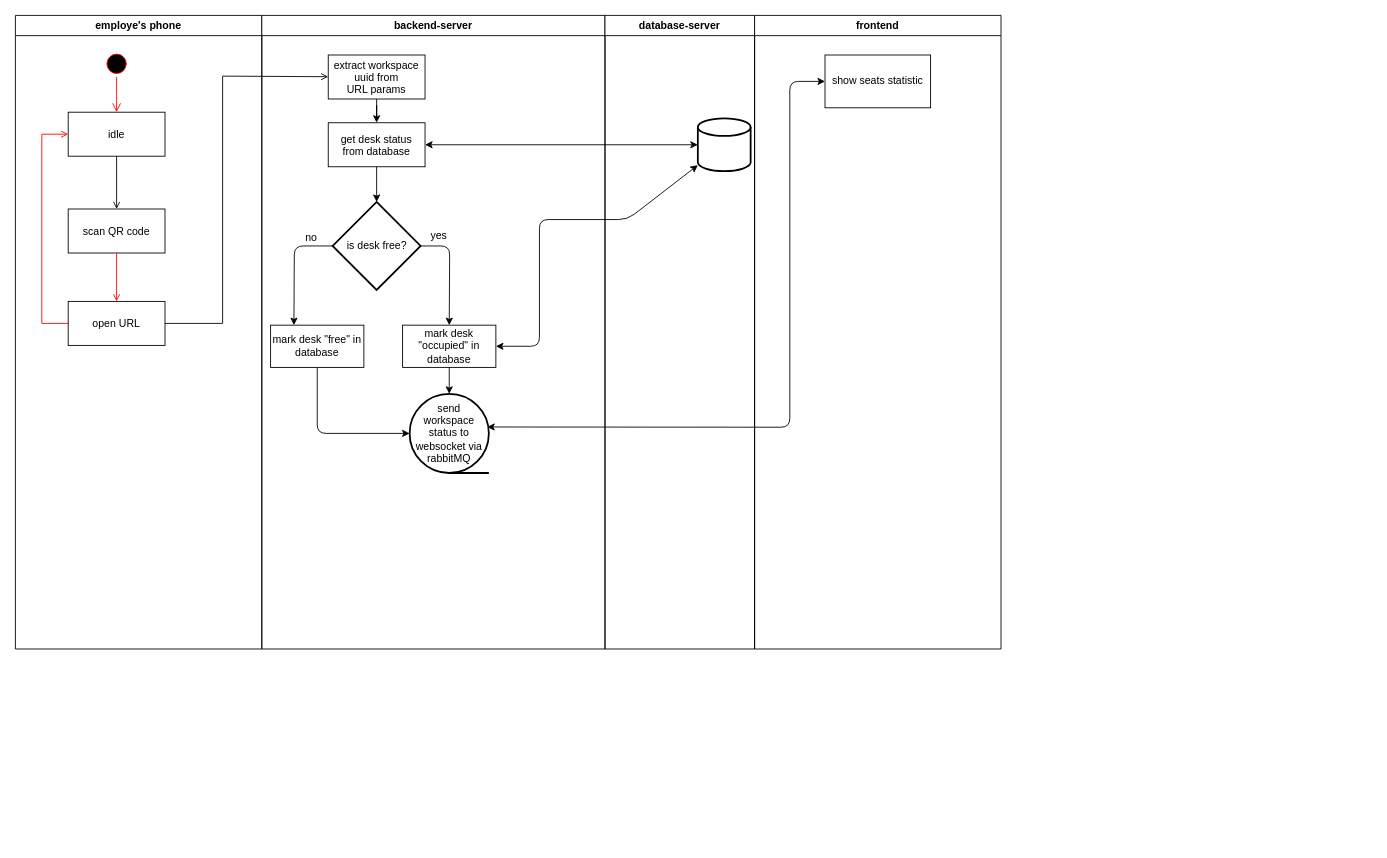
This is general-diagram.drawio from Hunkizzz/project-zebra-diagrams, a draw.io file, before an edit. Source tidied: cells renumbered, new cells numbered last; positions are measured from the earlier drawing's top-left corner, leaving out a move shared by most shapes. Both pictures are drawn from the tidied source at 88%, with x=0, y=0 at pixel (15, 15).
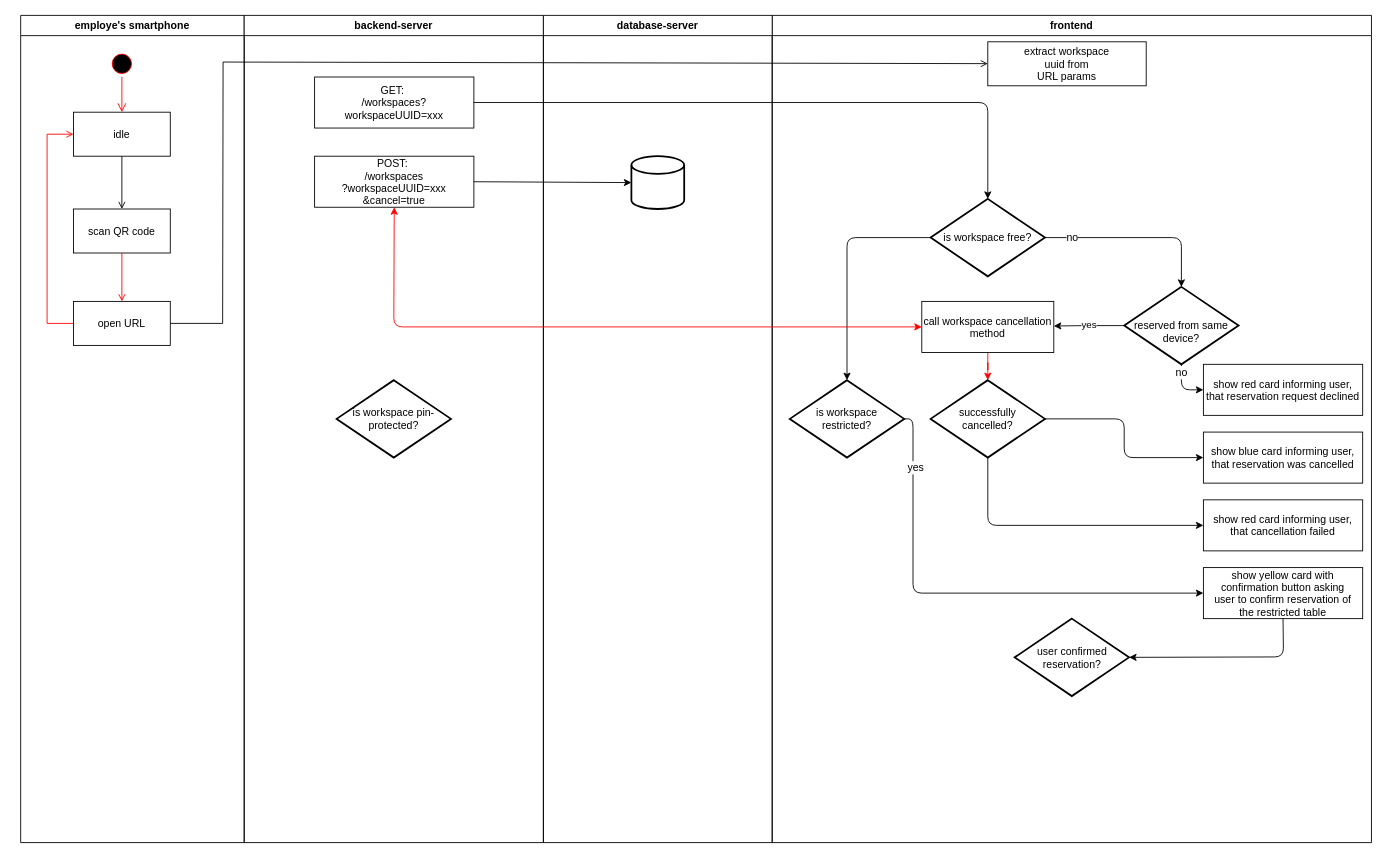
The same page after the edit.

The change refers to these unchanged cells:
```xml
<mxCell id="8" value="open URL" parent="2" vertex="1">
  <mxGeometry x="60" y="325" width="110" height="50" as="geometry" />
</mxCell>
```

Diff of the diagram source:
```diff
@@
-    <mxCell id="2" value="employe's phone" style="swimlane;whiteSpace=wrap;" parent="1" vertex="1">
-      <mxGeometry width="280" height="720" as="geometry" />
+    <mxCell id="2" value="employe's smartphone" style="swimlane;whiteSpace=wrap;" parent="1" vertex="1">
+      <mxGeometry x="6" width="254" height="940" as="geometry" />
     </mxCell>
@@
-    <mxCell id="11" value="backend-server" style="swimlane;whiteSpace=wrap;" parent="1" vertex="1">
-      <mxGeometry x="280" width="390" height="720" as="geometry" />
-    </mxCell>
+    <mxCell id="28" value="frontend" style="swimlane;whiteSpace=wrap;" parent="1" vertex="1">
+      <mxGeometry x="860" width="681" height="940" as="geometry" />
+    </mxCell>
+    <mxCell id="34" value="show red card informing user,&#10; that reservation request declined " parent="28" vertex="1">
+      <mxGeometry x="490" y="396.5" width="181" height="58" as="geometry" />
+    </mxCell>
+    <mxCell id="35" value="show red card informing user,&#10; that cancellation failed " parent="28" vertex="1">
+      <mxGeometry x="490" y="550.5" width="181" height="58" as="geometry" />
+    </mxCell>
+    <mxCell id="36" value="&lt;br&gt;reserved from same device?" style="strokeWidth=2;html=1;shape=mxgraph.flowchart.decision;whiteSpace=wrap;" parent="28" vertex="1">
+      <mxGeometry x="400" y="308.5" width="130" height="88" as="geometry" />
+    </mxCell>
+    <mxCell id="37" style="endArrow=classic;html=1;entryX=0;entryY=0.5;entryDx=0;entryDy=0;edgeStyle=orthogonalEdgeStyle;" parent="28" edge="1" source="36" target="34">
+      <mxGeometry relative="1" as="geometry" />
+    </mxCell>
+    <mxCell id="38" value="no" style="text;html=1;align=center;verticalAlign=middle;labelBackgroundColor=#ffffff;" parent="37" vertex="1">
+      <mxGeometry x="-0.96" relative="1" as="geometry">
+        <mxPoint x="-0.5" y="8" as="offset" />
+      </mxGeometry>
+    </mxCell>
-    <mxCell id="12" value="is desk free?" style="strokeWidth=2;html=1;shape=mxgraph.flowchart.decision;whiteSpace=wrap;" parent="11" vertex="1">
-      <mxGeometry x="80.5" y="212" width="100" height="100" as="geometry" />
+    <mxCell id="12" value="is workspace free?" style="strokeWidth=2;html=1;shape=mxgraph.flowchart.decision;whiteSpace=wrap;" parent="28" vertex="1">
+      <mxGeometry x="180" y="208.5" width="130" height="88" as="geometry" />
     </mxCell>
-    <mxCell id="13" style="edgeStyle=orthogonalEdgeStyle;rounded=0;jettySize=auto;html=1;" parent="11" edge="1" source="14" target="15">
-      <mxGeometry relative="1" as="geometry" />
-    </mxCell>
-    <mxCell id="14" value="extract workspace &#10;uuid from &#10;URL params" parent="11" vertex="1">
-      <mxGeometry x="75.5" y="45" width="110" height="50" as="geometry" />
-    </mxCell>
-    <mxCell id="15" value="get desk status &#10;from database" parent="11" vertex="1">
-      <mxGeometry x="75.5" y="122" width="110" height="50" as="geometry" />
-    </mxCell>
-    <mxCell id="16" style="endArrow=classic;html=1;" parent="11" edge="1" source="15" target="12">
-      <mxGeometry relative="1" as="geometry" />
-    </mxCell>
-    <mxCell id="17" style="endArrow=classic;html=1;entryX=0.5;entryY=0;entryDx=0;entryDy=0;" parent="11" edge="1" source="12" target="21">
-      <mxGeometry relative="1" as="geometry">
-        <Array as="points">
-          <mxPoint x="213.5" y="262" />
-        </Array>
-      </mxGeometry>
-    </mxCell>
-    <mxCell id="18" value="yes" style="text;html=1;align=center;verticalAlign=middle;labelBackgroundColor=#ffffff;" parent="17" vertex="1">
-      <mxGeometry x="-0.72" y="2" relative="1" as="geometry">
-        <mxPoint x="2.5" y="-10" as="offset" />
-      </mxGeometry>
-    </mxCell>
-    <mxCell id="19" style="endArrow=classic;html=1;exitX=0;exitY=0.5;exitDx=0;exitDy=0;exitPerimeter=0;entryX=0.25;entryY=0;entryDx=0;entryDy=0;" parent="11" edge="1" source="12" target="24">
+    <mxCell id="19" style="endArrow=classic;html=1;exitX=1;exitY=0.5;exitDx=0;exitDy=0;exitPerimeter=0;entryX=0.5;entryY=0;entryDx=0;entryDy=0;entryPerimeter=0;" parent="28" edge="1" source="12" target="36">
       <mxGeometry relative="1" as="geometry">
         <Array as="points">
-          <mxPoint x="37" y="262" />
+          <mxPoint x="465" y="252.5" />
         </Array>
       </mxGeometry>
     </mxCell>
     <mxCell id="20" value="no" style="text;html=1;align=center;verticalAlign=middle;labelBackgroundColor=#ffffff;" parent="19" vertex="1">
       <mxGeometry x="-0.68" y="-1" relative="1" as="geometry">
-        <mxPoint x="-4.5" y="-9" as="offset" />
+        <mxPoint x="-4" y="-1" as="offset" />
       </mxGeometry>
     </mxCell>
-    <mxCell id="21" value="mark desk &quot;occupied&quot; in database" style="rounded=0;whiteSpace=wrap;html=1;" parent="11" vertex="1">
-      <mxGeometry x="160" y="352" width="106" height="48" as="geometry" />
-    </mxCell>
-    <mxCell id="22" style="endArrow=classic;html=1;entryX=0.5;entryY=0;entryDx=0;entryDy=0;entryPerimeter=0;" parent="11" edge="1" source="21" target="23">
-      <mxGeometry relative="1" as="geometry" />
-    </mxCell>
-    <mxCell id="23" value="&lt;span style=&quot;white-space: normal&quot;&gt;send &lt;br&gt;workspace status to websocket via rabbitMQ&lt;/span&gt;" style="strokeWidth=2;html=1;shape=mxgraph.flowchart.sequential_data;whiteSpace=wrap;" parent="11" vertex="1">
-      <mxGeometry x="168" y="430" width="90" height="90" as="geometry" />
-    </mxCell>
-    <mxCell id="24" value="mark desk &quot;free&quot; in database" style="rounded=0;whiteSpace=wrap;html=1;" parent="11" vertex="1">
-      <mxGeometry x="10" y="352" width="106" height="48" as="geometry" />
-    </mxCell>
-    <mxCell id="25" style="endArrow=classic;html=1;strokeColor=#000000;exitX=0.5;exitY=1;exitDx=0;exitDy=0;entryX=0;entryY=0.5;entryDx=0;entryDy=0;entryPerimeter=0;" parent="11" edge="1" source="24" target="23">
-      <mxGeometry relative="1" as="geometry">
-        <Array as="points">
-          <mxPoint x="63" y="475" />
-        </Array>
-      </mxGeometry>
-    </mxCell>
+    <mxCell id="39" value="yes" style="endArrow=classic;html=1;exitX=0;exitY=0.5;exitDx=0;exitDy=0;exitPerimeter=0;" parent="28" edge="1" source="36" target="45">
+      <mxGeometry x="0.12" y="5" relative="1" as="geometry">
+        <Array as="points">
+          <mxPoint x="355" y="352.5" />
+        </Array>
+        <mxPoint x="5" y="-5" as="offset" />
+      </mxGeometry>
+    </mxCell>
+    <mxCell id="40" value="successfully &lt;br&gt;cancelled?" style="strokeWidth=2;html=1;shape=mxgraph.flowchart.decision;whiteSpace=wrap;" parent="28" vertex="1">
+      <mxGeometry x="180" y="414.5" width="130" height="88" as="geometry" />
+    </mxCell>
+    <mxCell id="41" value="show blue card informing user,&#10; that reservation was cancelled " parent="28" vertex="1">
+      <mxGeometry x="490" y="473.5" width="181" height="58" as="geometry" />
+    </mxCell>
+    <mxCell id="42" style="endArrow=classic;html=1;entryX=0;entryY=0.5;entryDx=0;entryDy=0;exitX=1;exitY=0.5;exitDx=0;exitDy=0;exitPerimeter=0;edgeStyle=orthogonalEdgeStyle;" parent="28" edge="1" source="40" target="41">
+      <mxGeometry relative="1" as="geometry" />
+    </mxCell>
+    <mxCell id="43" style="endArrow=classic;html=1;exitX=0.5;exitY=1;exitDx=0;exitDy=0;exitPerimeter=0;entryX=0;entryY=0.5;entryDx=0;entryDy=0;edgeStyle=orthogonalEdgeStyle;" parent="28" edge="1" source="40" target="35">
+      <mxGeometry relative="1" as="geometry" />
+    </mxCell>
+    <mxCell id="14" value="extract workspace &#10;uuid from &#10;URL params" parent="28" vertex="1">
+      <mxGeometry x="245" y="30" width="180" height="50" as="geometry" />
+    </mxCell>
+    <mxCell id="44" style="edgeStyle=orthogonalEdgeStyle;rounded=0;jettySize=auto;html=1;strokeColor=#FF0000;" parent="28" edge="1" source="45" target="40">
+      <mxGeometry relative="1" as="geometry" />
+    </mxCell>
+    <mxCell id="45" value="call workspace cancellation &#10;method" parent="28" vertex="1">
+      <mxGeometry x="170" y="325" width="150" height="58" as="geometry" />
+    </mxCell>
+    <mxCell id="46" value="is workspace &lt;br&gt;restricted?" style="strokeWidth=2;html=1;shape=mxgraph.flowchart.decision;whiteSpace=wrap;" parent="28" vertex="1">
+      <mxGeometry x="20" y="414.5" width="130" height="88" as="geometry" />
+    </mxCell>
+    <mxCell id="47" style="endArrow=classic;html=1;strokeColor=#000000;exitX=0;exitY=0.5;exitDx=0;exitDy=0;exitPerimeter=0;entryX=0.5;entryY=0;entryDx=0;entryDy=0;entryPerimeter=0;edgeStyle=orthogonalEdgeStyle;" parent="28" edge="1" source="12" target="46">
+      <mxGeometry relative="1" as="geometry" />
+    </mxCell>
+    <mxCell id="48" value="show yellow card with &#10;confirmation button asking &#10;user to confirm reservation of &#10;the restricted table" parent="28" vertex="1">
+      <mxGeometry x="490" y="627.5" width="181" height="58" as="geometry" />
+    </mxCell>
+    <mxCell id="49" style="endArrow=classic;html=1;strokeColor=#000000;exitX=1;exitY=0.5;exitDx=0;exitDy=0;exitPerimeter=0;entryX=0;entryY=0.5;entryDx=0;entryDy=0;edgeStyle=orthogonalEdgeStyle;" parent="28" edge="1" source="46" target="48">
+      <mxGeometry relative="1" as="geometry">
+        <Array as="points">
+          <mxPoint x="160" y="458" />
+          <mxPoint x="160" y="656" />
+        </Array>
+      </mxGeometry>
+    </mxCell>
+    <mxCell id="18" value="yes" style="text;html=1;align=center;verticalAlign=middle;labelBackgroundColor=#ffffff;" parent="49" vertex="1">
+      <mxGeometry x="-0.76" y="2" relative="1" as="geometry" />
+    </mxCell>
+    <mxCell id="50" style="endArrow=classic;html=1;strokeColor=#000000;exitX=0.5;exitY=1;exitDx=0;exitDy=0;entryX=1;entryY=0.5;entryDx=0;entryDy=0;entryPerimeter=0;" parent="28" edge="1" source="48" target="51">
+      <mxGeometry relative="1" as="geometry">
+        <Array as="points">
+          <mxPoint x="581" y="729" />
+        </Array>
+      </mxGeometry>
+    </mxCell>
+    <mxCell id="51" value="user confirmed reservation?" style="strokeWidth=2;html=1;shape=mxgraph.flowchart.decision;whiteSpace=wrap;" parent="28" vertex="1">
+      <mxGeometry x="275.5" y="685.5" width="130" height="88" as="geometry" />
+    </mxCell>
+    <mxCell id="11" value="backend-server" style="swimlane;whiteSpace=wrap;" parent="1" vertex="1">
+      <mxGeometry x="260" width="340" height="940" as="geometry" />
+    </mxCell>
+    <mxCell id="15" value="GET: &#10;/workspaces?&#10;workspaceUUID=xxx" parent="11" vertex="1">
+      <mxGeometry x="80" y="70" width="181" height="58" as="geometry" />
+    </mxCell>
+    <mxCell id="52" value="POST: &#10;/workspaces&#10;?workspaceUUID=xxx&#10;&amp;cancel=true" parent="11" vertex="1">
+      <mxGeometry x="80" y="160" width="181" height="58" as="geometry" />
+    </mxCell>
+    <mxCell id="53" value="is workspace pin-protected?" style="strokeWidth=2;html=1;shape=mxgraph.flowchart.decision;whiteSpace=wrap;" parent="11" vertex="1">
+      <mxGeometry x="105" y="414.5" width="130" height="88" as="geometry" />
+    </mxCell>
     <mxCell id="26" value="database-server" style="swimlane;whiteSpace=wrap;" parent="1" vertex="1">
-      <mxGeometry x="670" width="170" height="720" as="geometry" />
+      <mxGeometry x="600" width="260" height="940" as="geometry" />
     </mxCell>
-    <mxCell id="27" style="strokeWidth=2;html=1;shape=mxgraph.flowchart.database;whiteSpace=wrap;" parent="26" vertex="1">
-      <mxGeometry x="105.5" y="117" width="60" height="60" as="geometry" />
-    </mxCell>
-    <mxCell id="28" value="frontend" style="swimlane;whiteSpace=wrap;" parent="1" vertex="1">
-      <mxGeometry x="840" width="280" height="720" as="geometry" />
-    </mxCell>
-    <mxCell id="29" value="show seats statistic" style="rounded=0;whiteSpace=wrap;html=1;" parent="28" vertex="1">
-      <mxGeometry x="80" y="45" width="120" height="60" as="geometry" />
-    </mxCell>
+    <mxCell id="54" style="strokeWidth=2;html=1;shape=mxgraph.flowchart.database;whiteSpace=wrap;" parent="26" vertex="1">
+      <mxGeometry x="100" y="160" width="60" height="60" as="geometry" />
+    </mxCell>
     <mxCell id="30" style="endArrow=open;strokeColor=#000000;endFill=1;rounded=0;" parent="1" edge="1" source="8" target="14">
       <mxGeometry relative="1" as="geometry">
         <Array as="points">
           <mxPoint x="235.5" y="350" />
-          <mxPoint x="235.5" y="69" />
+          <mxPoint x="236" y="53" />
         </Array>
       </mxGeometry>
     </mxCell>
-    <mxCell id="31" style="endArrow=classic;startArrow=classic;html=1;exitX=1;exitY=0.5;exitDx=0;exitDy=0;" parent="1" edge="1" source="15" target="27">
-      <mxGeometry relative="1" as="geometry" />
-    </mxCell>
-    <mxCell id="32" style="endArrow=classic;startArrow=classic;html=1;exitX=1;exitY=0.5;exitDx=0;exitDy=0;" parent="1" edge="1" source="21" target="27">
-      <mxGeometry relative="1" as="geometry">
-        <Array as="points">
-          <mxPoint x="595.5" y="376" />
-          <mxPoint x="595.5" y="232" />
-          <mxPoint x="695.5" y="232" />
-        </Array>
-      </mxGeometry>
-    </mxCell>
-    <mxCell id="33" style="endArrow=classic;startArrow=classic;html=1;exitX=0.979;exitY=0.419;exitDx=0;exitDy=0;exitPerimeter=0;entryX=0;entryY=0.5;entryDx=0;entryDy=0;" parent="1" edge="1" source="23" target="29">
-      <mxGeometry relative="1" as="geometry">
-        <Array as="points">
-          <mxPoint x="880" y="468" />
-          <mxPoint x="880" y="75" />
-        </Array>
-      </mxGeometry>
-    </mxCell>
+    <mxCell id="55" style="endArrow=classic;html=1;exitX=1;exitY=0.5;exitDx=0;exitDy=0;entryX=0;entryY=0.5;entryDx=0;entryDy=0;entryPerimeter=0;" parent="1" edge="1" source="52" target="54">
+      <mxGeometry relative="1" as="geometry" />
+    </mxCell>
+    <mxCell id="16" style="endArrow=classic;html=1;edgeStyle=orthogonalEdgeStyle;" parent="1" edge="1" source="15" target="12">
+      <mxGeometry relative="1" as="geometry" />
+    </mxCell>
+    <mxCell id="56" style="endArrow=classic;startArrow=classic;html=1;exitX=0.5;exitY=1;exitDx=0;exitDy=0;strokeColor=#FF0000;entryX=0;entryY=0.5;entryDx=0;entryDy=0;" parent="1" edge="1" source="52" target="45">
+      <mxGeometry relative="1" as="geometry">
+        <Array as="points">
+          <mxPoint x="430" y="354" />
+        </Array>
+      </mxGeometry>
+    </mxCell>
```
